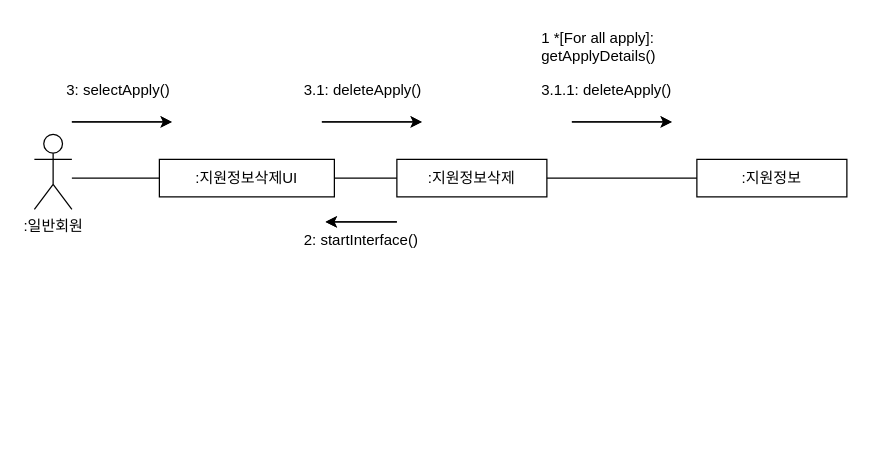
Earlier version of the draw.io diagram 지원정보삭제.drawio (Tvivid/Recruitment). Source tidied: cells renumbered, new cells numbered last; positions are measured from the earlier drawing's top-left corner, leaving out a move shared by most shapes. Both pictures are drawn from the tidied source at 125%, with x=0, y=0 at pixel (34, 21).
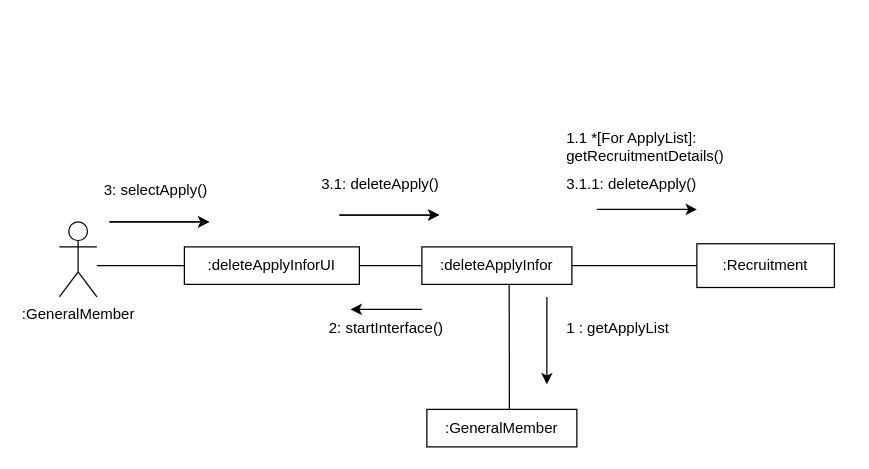
Above is the later version.

Change to the diagram source:
```diff
@@
-    <mxCell id="2" value=":일반회원" style="shape=umlActor;verticalLabelPosition=bottom;verticalAlign=top;html=1;" parent="1" vertex="1">
-      <mxGeometry y="90" width="30" height="60" as="geometry" />
-    </mxCell>
-    <mxCell id="3" value=":지원정보삭제UI" style="rounded=0;whiteSpace=wrap;html=1;" parent="1" vertex="1">
-      <mxGeometry x="100" y="110" width="140" height="30" as="geometry" />
-    </mxCell>
-    <mxCell id="4" value=":지원정보삭제" style="rounded=0;whiteSpace=wrap;html=1;" parent="1" vertex="1">
-      <mxGeometry x="290" y="110" width="120" height="30" as="geometry" />
-    </mxCell>
-    <mxCell id="5" style="endArrow=none;html=1;rounded=0;entryX=0;entryY=0.5;entryDx=0;entryDy=0;" parent="1" edge="1" target="3">
-      <mxGeometry relative="1" as="geometry">
-        <mxPoint x="30" y="125" as="sourcePoint" />
-      </mxGeometry>
-    </mxCell>
-    <mxCell id="6" style="endArrow=none;html=1;rounded=0;entryX=0;entryY=0.5;entryDx=0;entryDy=0;exitX=1;exitY=0.5;exitDx=0;exitDy=0;" parent="1" edge="1" source="3" target="4">
-      <mxGeometry relative="1" as="geometry" />
-    </mxCell>
-    <mxCell id="7" style="endArrow=classic;rounded=0;html=1;verticalAlign=top;" parent="1" edge="1">
-      <mxGeometry relative="1" as="geometry">
-        <mxPoint x="290" y="160" as="sourcePoint" />
-        <mxPoint x="233" y="160" as="targetPoint" />
-      </mxGeometry>
-    </mxCell>
-    <mxCell id="8" value="2: startInterface()" style="text;strokeColor=none;fillColor=none;align=left;verticalAlign=middle;spacingLeft=4;spacingRight=4;overflow=hidden;whiteSpace=wrap;html=1;" parent="1" vertex="1">
-      <mxGeometry x="210" y="160" width="110" height="30" as="geometry" />
-    </mxCell>
-    <mxCell id="9" value=":지원정보" style="rounded=0;whiteSpace=wrap;html=1;" parent="1" vertex="1">
-      <mxGeometry x="530" y="110" width="120" height="30" as="geometry" />
-    </mxCell>
-    <mxCell id="10" value="1 *[For all apply]: getApplyDetails()" style="text;strokeColor=none;fillColor=none;align=left;verticalAlign=middle;spacingLeft=4;spacingRight=4;overflow=hidden;whiteSpace=wrap;html=1;" parent="1" vertex="1">
-      <mxGeometry x="400" width="170" height="40" as="geometry" />
-    </mxCell>
-    <mxCell id="11" style="endArrow=none;html=1;rounded=0;entryX=0;entryY=0.5;entryDx=0;entryDy=0;exitX=1;exitY=0.5;exitDx=0;exitDy=0;" parent="1" edge="1" source="4" target="9">
-      <mxGeometry relative="1" as="geometry" />
-    </mxCell>
-    <mxCell id="12" style="endArrow=classic;html=1;rounded=0;" parent="1" edge="1">
-      <mxGeometry relative="1" as="geometry">
-        <mxPoint x="430" y="80" as="sourcePoint" />
-        <mxPoint x="510" y="80" as="targetPoint" />
-      </mxGeometry>
-    </mxCell>
     <mxCell id="13" value="3: selectApply()" style="text;strokeColor=none;fillColor=none;align=left;verticalAlign=middle;spacingLeft=4;spacingRight=4;overflow=hidden;whiteSpace=wrap;html=1;" parent="1" vertex="1">
-      <mxGeometry x="20" y="40" width="100" height="30" as="geometry" />
+      <mxGeometry x="50" y="120" width="100" height="30" as="geometry" />
     </mxCell>
     <mxCell id="14" style="endArrow=classic;html=1;rounded=0;" parent="1" edge="1">
       <mxGeometry relative="1" as="geometry">
-        <mxPoint x="30" y="80" as="sourcePoint" />
-        <mxPoint x="110" y="80" as="targetPoint" />
+        <mxPoint x="60" y="160" as="sourcePoint" />
+        <mxPoint x="140" y="160" as="targetPoint" />
       </mxGeometry>
     </mxCell>
     <mxCell id="15" value="3.1: deleteApply()" style="text;strokeColor=none;fillColor=none;align=left;verticalAlign=middle;spacingLeft=4;spacingRight=4;overflow=hidden;whiteSpace=wrap;html=1;" parent="1" vertex="1">
-      <mxGeometry x="210" y="40" width="140" height="30" as="geometry" />
+      <mxGeometry x="224" y="114.5" width="140" height="30" as="geometry" />
     </mxCell>
     <mxCell id="16" style="endArrow=classic;html=1;rounded=0;" parent="1" edge="1">
       <mxGeometry relative="1" as="geometry">
-        <mxPoint x="230" y="80" as="sourcePoint" />
-        <mxPoint x="310" y="80" as="targetPoint" />
+        <mxPoint x="244" y="154.5" as="sourcePoint" />
+        <mxPoint x="324" y="154.5" as="targetPoint" />
       </mxGeometry>
     </mxCell>
     <mxCell id="17" value="3.1.1: deleteApply()" style="text;strokeColor=none;fillColor=none;align=left;verticalAlign=middle;spacingLeft=4;spacingRight=4;overflow=hidden;whiteSpace=wrap;html=1;" parent="1" vertex="1">
-      <mxGeometry x="400" y="40" width="140" height="30" as="geometry" />
+      <mxGeometry x="420" y="114.5" width="140" height="30" as="geometry" />
     </mxCell>
-    <mxCell id="18" style="endArrow=classic;rounded=0;html=1;verticalAlign=top;" parent="1" edge="1">
-      <mxGeometry relative="1" as="geometry">
-        <mxPoint x="290" y="160" as="sourcePoint" />
-        <mxPoint x="233" y="160" as="targetPoint" />
-      </mxGeometry>
-    </mxCell>
-    <mxCell id="19" style="endArrow=classic;html=1;rounded=0;" parent="1" edge="1">
-      <mxGeometry relative="1" as="geometry">
-        <mxPoint x="430" y="80" as="sourcePoint" />
-        <mxPoint x="510" y="80" as="targetPoint" />
-      </mxGeometry>
-    </mxCell>
     <mxCell id="20" style="endArrow=classic;html=1;rounded=0;" parent="1" edge="1">
       <mxGeometry relative="1" as="geometry">
-        <mxPoint x="30" y="80" as="sourcePoint" />
-        <mxPoint x="110" y="80" as="targetPoint" />
+        <mxPoint x="60" y="160" as="sourcePoint" />
+        <mxPoint x="140" y="160" as="targetPoint" />
       </mxGeometry>
     </mxCell>
     <mxCell id="21" style="endArrow=classic;html=1;rounded=0;" parent="1" edge="1">
       <mxGeometry relative="1" as="geometry">
-        <mxPoint x="230" y="80" as="sourcePoint" />
-        <mxPoint x="310" y="80" as="targetPoint" />
+        <mxPoint x="244" y="154.5" as="sourcePoint" />
+        <mxPoint x="324" y="154.5" as="targetPoint" />
       </mxGeometry>
     </mxCell>
+    <mxCell id="22" value=":GeneralMember" style="shape=umlActor;verticalLabelPosition=bottom;verticalAlign=top;html=1;" parent="1" vertex="1">
+      <mxGeometry x="20" y="160" width="30" height="60" as="geometry" />
+    </mxCell>
+    <mxCell id="23" value=":deleteApplyInforUI" style="rounded=0;whiteSpace=wrap;html=1;" parent="1" vertex="1">
+      <mxGeometry x="120" y="180" width="140" height="30" as="geometry" />
+    </mxCell>
+    <mxCell id="24" value=":deleteApplyInfor" style="rounded=0;whiteSpace=wrap;html=1;" parent="1" vertex="1">
+      <mxGeometry x="310" y="180" width="120" height="30" as="geometry" />
+    </mxCell>
+    <mxCell id="25" style="endArrow=none;html=1;rounded=0;entryX=0;entryY=0.5;entryDx=0;entryDy=0;" parent="1" edge="1" target="23">
+      <mxGeometry relative="1" as="geometry">
+        <mxPoint x="50" y="195" as="sourcePoint" />
+      </mxGeometry>
+    </mxCell>
+    <mxCell id="26" style="endArrow=none;html=1;rounded=0;entryX=0;entryY=0.5;entryDx=0;entryDy=0;exitX=1;exitY=0.5;exitDx=0;exitDy=0;" parent="1" edge="1" source="23" target="24">
+      <mxGeometry relative="1" as="geometry" />
+    </mxCell>
+    <mxCell id="27" style="endArrow=classic;rounded=0;html=1;verticalAlign=top;" parent="1" edge="1">
+      <mxGeometry relative="1" as="geometry">
+        <mxPoint x="310" y="230" as="sourcePoint" />
+        <mxPoint x="253" y="230" as="targetPoint" />
+      </mxGeometry>
+    </mxCell>
+    <mxCell id="8" value="2: startInterface()" style="text;strokeColor=none;fillColor=none;align=left;verticalAlign=middle;spacingLeft=4;spacingRight=4;overflow=hidden;whiteSpace=wrap;html=1;" parent="1" vertex="1">
+      <mxGeometry x="230" y="230" width="110" height="30" as="geometry" />
+    </mxCell>
+    <mxCell id="28" value=":GeneralMember" style="rounded=0;whiteSpace=wrap;html=1;" parent="1" vertex="1">
+      <mxGeometry x="314" y="310" width="120" height="30" as="geometry" />
+    </mxCell>
+    <mxCell id="29" value="1.1 *[For ApplyList]: getRecruitmentDetails()" style="text;strokeColor=none;fillColor=none;align=left;verticalAlign=middle;spacingLeft=4;spacingRight=4;overflow=hidden;whiteSpace=wrap;html=1;" parent="1" vertex="1">
+      <mxGeometry x="420" y="80" width="170" height="40" as="geometry" />
+    </mxCell>
+    <mxCell id="30" style="endArrow=none;html=1;rounded=0;exitX=0.582;exitY=1.007;exitDx=0;exitDy=0;exitPerimeter=0;" parent="1" edge="1" source="24">
+      <mxGeometry relative="1" as="geometry">
+        <mxPoint x="380" y="310" as="targetPoint" />
+      </mxGeometry>
+    </mxCell>
+    <mxCell id="31" style="endArrow=classic;html=1;rounded=0;" parent="1" edge="1">
+      <mxGeometry relative="1" as="geometry">
+        <mxPoint x="450" y="150" as="sourcePoint" />
+        <mxPoint x="530" y="150" as="targetPoint" />
+      </mxGeometry>
+    </mxCell>
+    <mxCell id="32" style="endArrow=classic;html=1;rounded=0;" parent="1" edge="1">
+      <mxGeometry relative="1" as="geometry">
+        <mxPoint x="410" y="220" as="sourcePoint" />
+        <mxPoint x="410" y="290" as="targetPoint" />
+      </mxGeometry>
+    </mxCell>
+    <mxCell id="33" value="1 : getApplyList" style="text;strokeColor=none;fillColor=none;align=left;verticalAlign=middle;spacingLeft=4;spacingRight=4;overflow=hidden;whiteSpace=wrap;html=1;" parent="1" vertex="1">
+      <mxGeometry x="420" y="230" width="100" height="30" as="geometry" />
+    </mxCell>
+    <mxCell id="34" value=":Recruitment" style="rounded=0;whiteSpace=wrap;html=1;" parent="1" vertex="1">
+      <mxGeometry x="530" y="177.5" width="110" height="35" as="geometry" />
+    </mxCell>
+    <mxCell id="35" style="endArrow=none;html=1;rounded=0;entryX=0;entryY=0.5;entryDx=0;entryDy=0;exitX=1;exitY=0.5;exitDx=0;exitDy=0;" parent="1" edge="1" source="24" target="34">
+      <mxGeometry relative="1" as="geometry" />
+    </mxCell>
```
